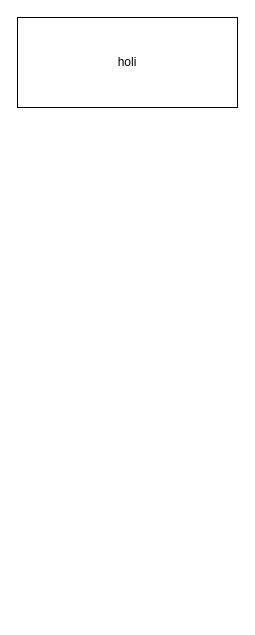
Above: Untitled Diagram.drawio in SvillarroelZ/SCL020-data-lovers (draw.io), before the change. Source tidied: cells renumbered, new cells numbered last; positions are measured from the earlier drawing's top-left corner, leaving out a move shared by most shapes. Both pictures are drawn from the tidied source at 100%, with x=0, y=0 at pixel (17, 17).
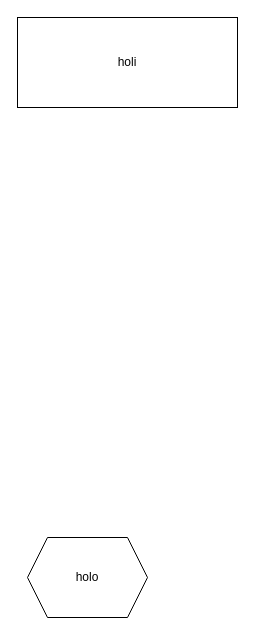
After the change.

What changed in the source:
```diff
@@
 <mxGraphModel>
   <root>
     <mxCell id="0" />
     <mxCell id="1" parent="0" />
     <mxCell id="2" value="holi" style="rounded=0;whiteSpace=wrap;html=1;" parent="1" vertex="1">
       <mxGeometry width="220" height="90" as="geometry" />
     </mxCell>
+    <mxCell id="3" value="holo&lt;br&gt;" style="shape=hexagon;perimeter=hexagonPerimeter2;whiteSpace=wrap;html=1;fixedSize=1;" parent="1" vertex="1">
+      <mxGeometry x="10" y="520" width="120" height="80" as="geometry" />
+    </mxCell>
   </root>
 </mxGraphModel>
```
